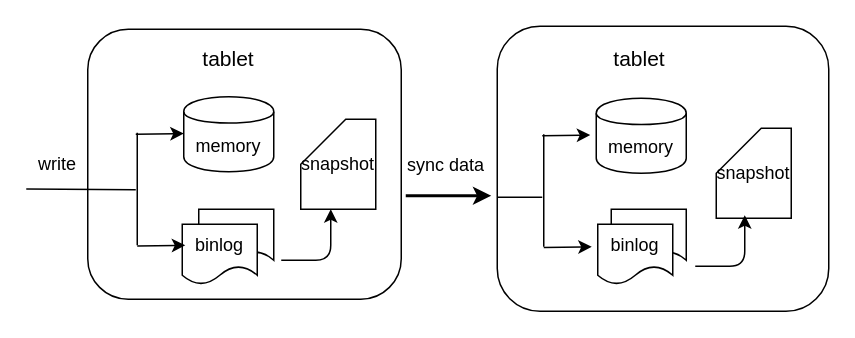
Above: page "Page-4" (3 of 4) of reference/arch/resources/architecture.drawio in 4paradigm/openmldb-docs-zh (draw.io), before the change. Source tidied: cells renumbered, new cells numbered last; positions are measured from the earlier drawing's top-left corner, leaving out a move shared by most shapes. Both pictures are drawn from the tidied source at 150%, with x=0, y=0 at pixel (26, 26).
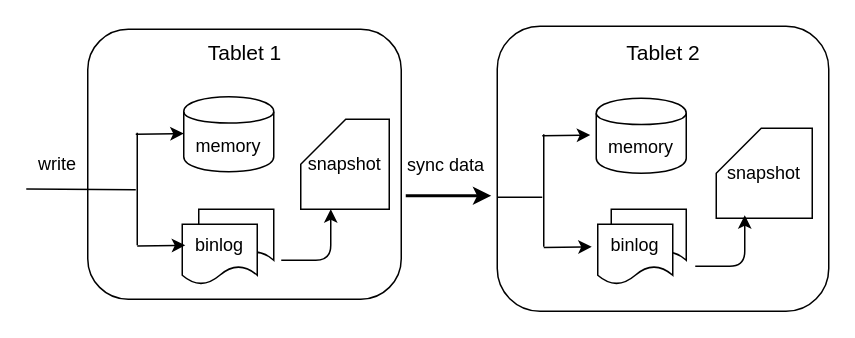
The same diagram, later.

The edit, as a diff of the source:
```diff
@@
-    <mxCell id="6" value="&lt;font style=&quot;font-size: 14px&quot;&gt;tablet&lt;/font&gt;" style="text;html=1;strokeColor=none;fillColor=none;align=center;verticalAlign=middle;whiteSpace=wrap;rounded=0;" parent="1" vertex="1">
-      <mxGeometry x="100" y="12" width="70" height="20" as="geometry" />
+    <mxCell id="6" value="&lt;font style=&quot;font-size: 14px&quot;&gt;Tablet 1&lt;/font&gt;" style="text;html=1;strokeColor=none;fillColor=none;align=center;verticalAlign=middle;whiteSpace=wrap;rounded=0;" parent="1" vertex="1">
+      <mxGeometry x="110.5" y="8" width="70" height="20" as="geometry" />
     </mxCell>
-    <mxCell id="7" value="&lt;font style=&quot;font-size: 14px&quot;&gt;tablet&lt;/font&gt;" style="text;html=1;strokeColor=none;fillColor=none;align=center;verticalAlign=middle;whiteSpace=wrap;rounded=0;" parent="1" vertex="1">
-      <mxGeometry x="374" y="12" width="70" height="20" as="geometry" />
+    <mxCell id="7" value="&lt;font style=&quot;font-size: 14px&quot;&gt;Tablet 2&lt;/font&gt;" style="text;html=1;strokeColor=none;fillColor=none;align=center;verticalAlign=middle;whiteSpace=wrap;rounded=0;" parent="1" vertex="1">
+      <mxGeometry x="389.5" y="8" width="70" height="20" as="geometry" />
     </mxCell>
@@
     <mxCell id="14" value="snapshot" style="shape=card;whiteSpace=wrap;html=1;strokeWidth=1;" parent="1" vertex="1">
-      <mxGeometry x="183" y="62" width="50" height="60" as="geometry" />
+      <mxGeometry x="183" y="62" width="59" height="60" as="geometry" />
     </mxCell>
     <mxCell id="15" value="snapshot" style="shape=card;whiteSpace=wrap;html=1;strokeWidth=1;" parent="1" vertex="1">
-      <mxGeometry x="460" y="68" width="50" height="60" as="geometry" />
+      <mxGeometry x="460" y="68" width="64" height="60" as="geometry" />
     </mxCell>
```
